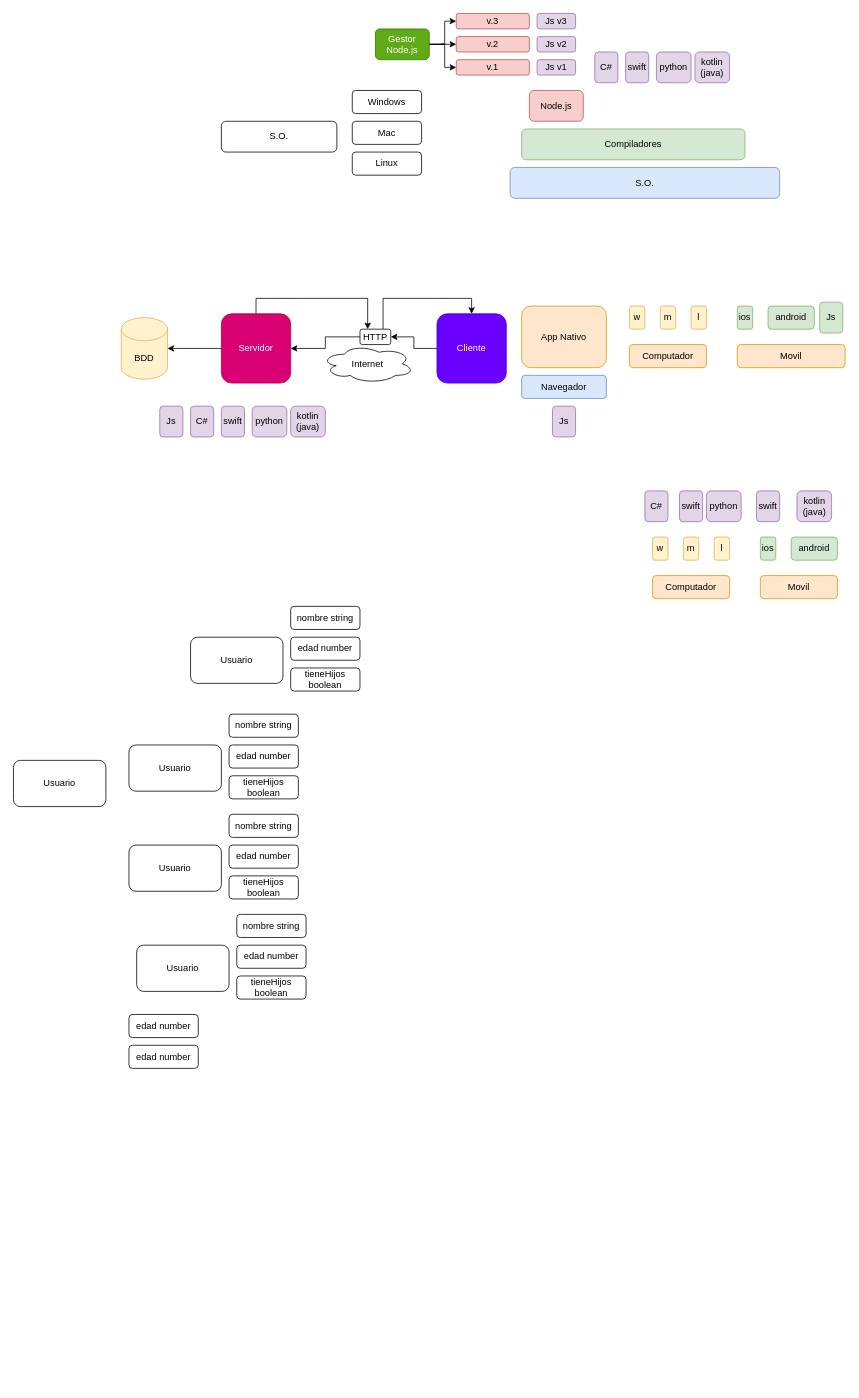
The draw.io diagram jhosue.drawio in adrianeguez/jhosue-js, before the edit. Source tidied: cells renumbered, new cells numbered last; positions are measured from the earlier drawing's top-left corner, leaving out a move shared by most shapes. Both pictures are drawn from the tidied source at 77%, with x=0, y=0 at pixel (13, 13).
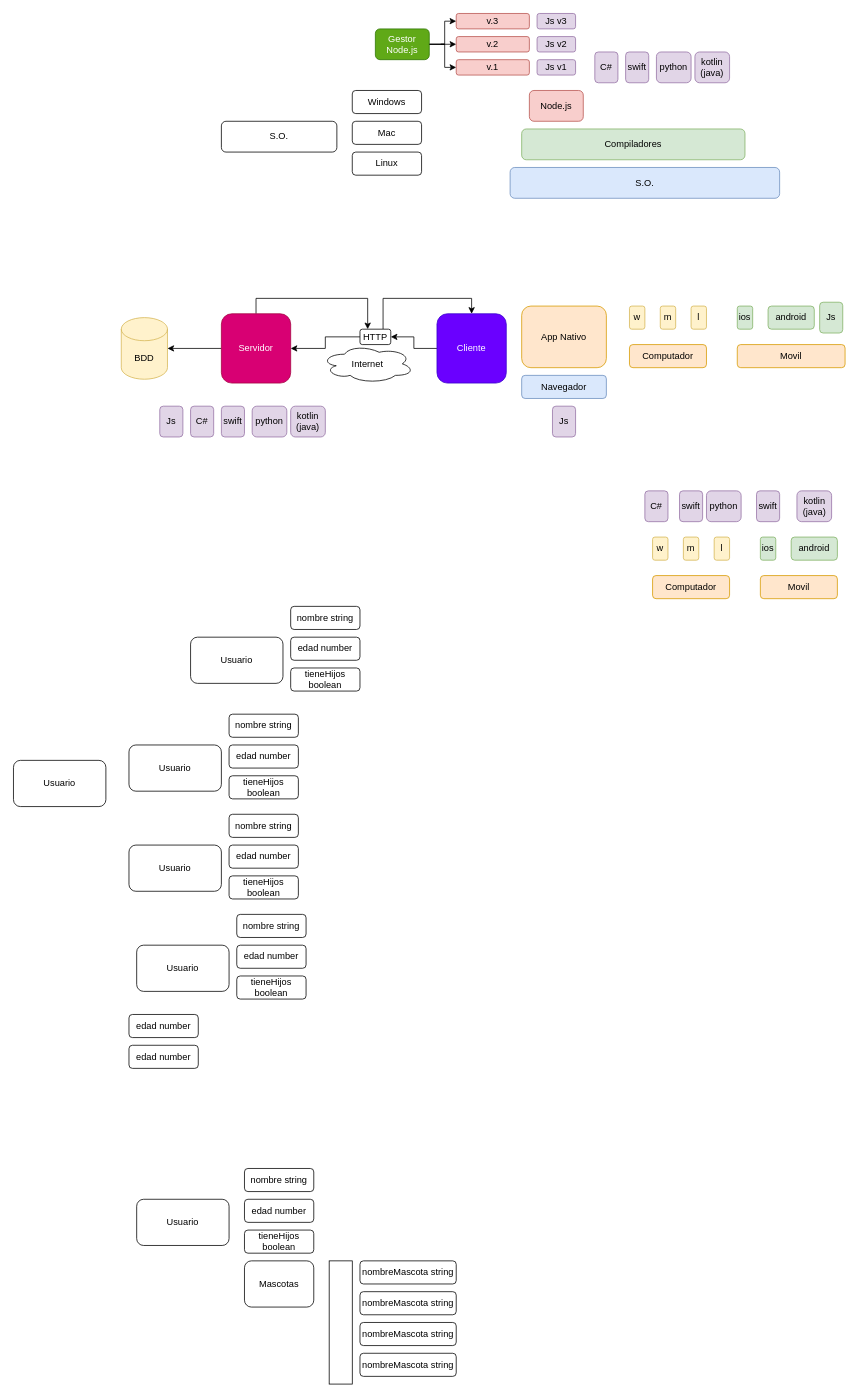
The same diagram, later.

Diff of the diagram source:
```diff
@@
+    <mxCell id="80" value="Usuario" style="rounded=1;whiteSpace=wrap;html=1;" parent="1" vertex="1">
+      <mxGeometry x="160" y="1540" width="120" height="60" as="geometry" />
+    </mxCell>
+    <mxCell id="81" value="edad number" style="rounded=1;whiteSpace=wrap;html=1;" parent="1" vertex="1">
+      <mxGeometry x="300" y="1540" width="90" height="30" as="geometry" />
+    </mxCell>
+    <mxCell id="82" value="tieneHijos boolean" style="rounded=1;whiteSpace=wrap;html=1;" parent="1" vertex="1">
+      <mxGeometry x="300" y="1580" width="90" height="30" as="geometry" />
+    </mxCell>
+    <mxCell id="83" value="nombre string" style="rounded=1;whiteSpace=wrap;html=1;" parent="1" vertex="1">
+      <mxGeometry x="300" y="1500" width="90" height="30" as="geometry" />
+    </mxCell>
+    <mxCell id="84" value="Mascotas" style="rounded=1;whiteSpace=wrap;html=1;" parent="1" vertex="1">
+      <mxGeometry x="300" y="1620" width="90" height="60" as="geometry" />
+    </mxCell>
+    <mxCell id="85" value="nombreMascota string" style="rounded=1;whiteSpace=wrap;html=1;" parent="1" vertex="1">
+      <mxGeometry x="450" y="1620" width="125" height="30" as="geometry" />
+    </mxCell>
+    <mxCell id="86" style="rounded=0;whiteSpace=wrap;html=1;" parent="1" vertex="1">
+      <mxGeometry x="410" y="1620" width="30" height="160" as="geometry" />
+    </mxCell>
+    <mxCell id="87" value="nombreMascota string" style="rounded=1;whiteSpace=wrap;html=1;" parent="1" vertex="1">
+      <mxGeometry x="450" y="1660" width="125" height="30" as="geometry" />
+    </mxCell>
+    <mxCell id="88" value="nombreMascota string" style="rounded=1;whiteSpace=wrap;html=1;" parent="1" vertex="1">
+      <mxGeometry x="450" y="1700" width="125" height="30" as="geometry" />
+    </mxCell>
+    <mxCell id="89" value="nombreMascota string" style="rounded=1;whiteSpace=wrap;html=1;" parent="1" vertex="1">
+      <mxGeometry x="450" y="1740" width="125" height="30" as="geometry" />
+    </mxCell>
```
